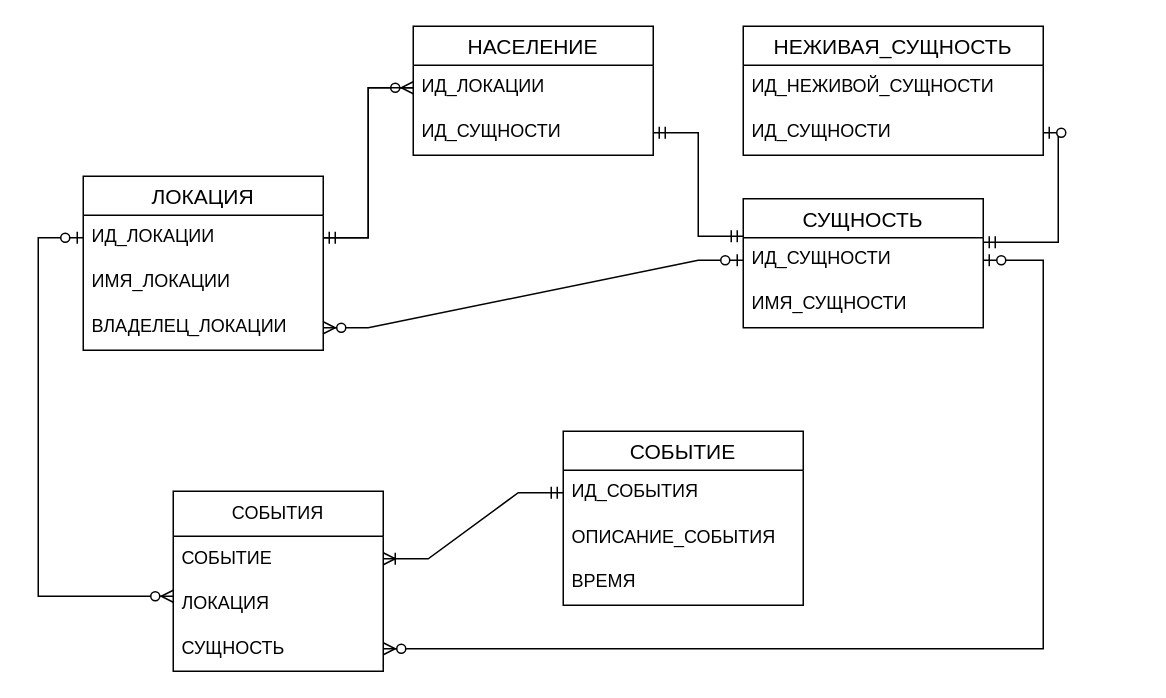
This is bd1.drawio from Zerumi/bd1_180223_367837, a draw.io file, before an edit. Source tidied: cells renumbered, new cells numbered last; positions are measured from the earlier drawing's top-left corner, leaving out a move shared by most shapes. Both pictures are drawn from the tidied source at 150%, with x=0, y=0 at pixel (38, 26).
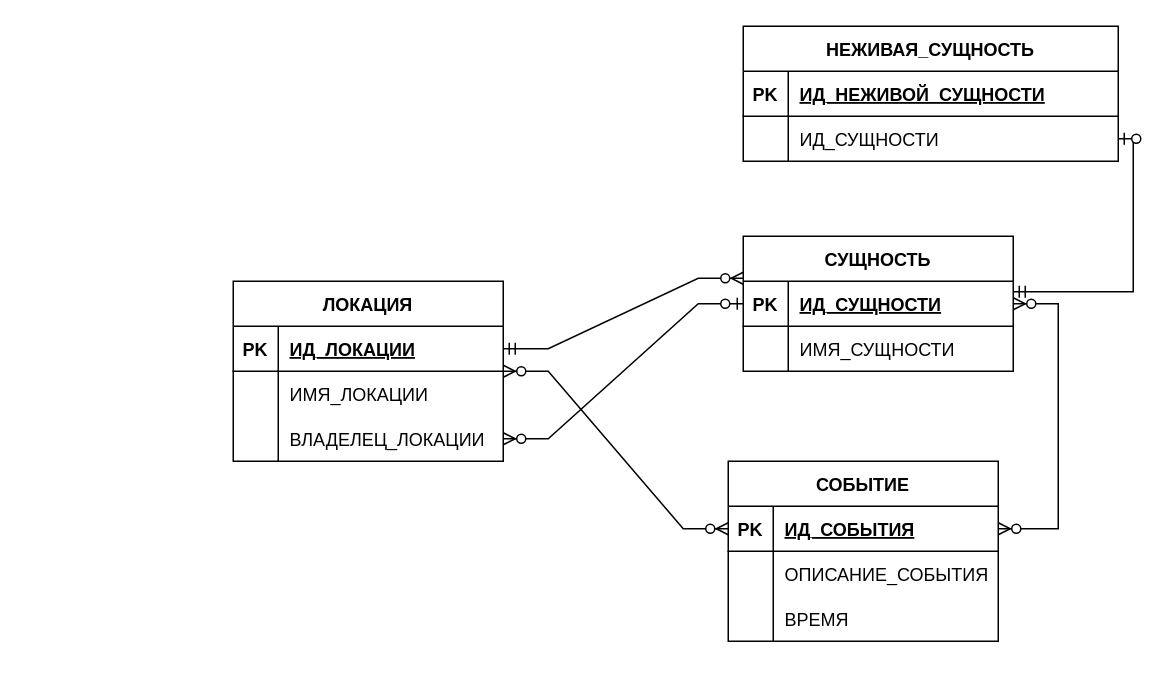
The same diagram, later.

Diff of the diagram source:
```diff
@@
-    <mxCell id="2" value="ЛОКАЦИЯ" style="swimlane;fontStyle=0;horizontal=1;startSize=26;align=center;fontSize=14;" parent="1" vertex="1">
-      <mxGeometry x="30" y="100" width="160" height="116" as="geometry" />
-    </mxCell>
-    <mxCell id="3" value="ИД_ЛОКАЦИИ" style="text;strokeColor=none;fillColor=none;spacingLeft=4;spacingRight=4;overflow=hidden;points=[[0,0.5],[1,0.5]];portConstraint=eastwest;fontSize=12;" parent="2" vertex="1">
-      <mxGeometry y="26" width="160" height="30" as="geometry" />
-    </mxCell>
+    <mxCell id="24" style="edgeStyle=entityRelationEdgeStyle;fontSize=12;html=1;endArrow=ERzeroToMany;startArrow=ERzeroToOne;rounded=0;" parent="1" edge="1" source="42" target="40">
+      <mxGeometry relative="1" as="geometry" />
+    </mxCell>
+    <mxCell id="30" style="edgeStyle=orthogonalEdgeStyle;fontSize=12;html=1;endArrow=ERzeroToOne;startArrow=ERmandOne;rounded=0;exitX=1;exitY=0.233;exitDx=0;exitDy=0;exitPerimeter=0;entryX=1;entryY=0.5;entryDx=0;entryDy=0;" parent="1" edge="1" source="43" target="50">
+      <mxGeometry relative="1" as="geometry" />
+    </mxCell>
+    <mxCell id="31" style="edgeStyle=entityRelationEdgeStyle;fontSize=12;html=1;endArrow=ERzeroToMany;endFill=1;startArrow=ERzeroToMany;rounded=0;" parent="1" edge="1" source="34" target="54">
+      <mxGeometry relative="1" as="geometry" />
+    </mxCell>
+    <mxCell id="32" style="edgeStyle=entityRelationEdgeStyle;fontSize=12;html=1;endArrow=ERzeroToMany;endFill=1;startArrow=ERzeroToMany;rounded=0;" parent="1" edge="1" source="54" target="43">
+      <mxGeometry relative="1" as="geometry" />
+    </mxCell>
+    <mxCell id="33" style="edgeStyle=entityRelationEdgeStyle;fontSize=12;html=1;endArrow=ERzeroToMany;startArrow=ERmandOne;rounded=0;entryX=0;entryY=-0.067;entryDx=0;entryDy=0;entryPerimeter=0;" parent="1" edge="1" source="35" target="43">
+      <mxGeometry relative="1" as="geometry" />
+    </mxCell>
+    <mxCell id="34" value="ЛОКАЦИЯ" style="shape=table;startSize=30;childLayout=tableLayout;rowLines=0;fontStyle=1;align=center;" parent="1" vertex="1">
+      <mxGeometry x="130" y="170" width="180" height="120" as="geometry" />
+    </mxCell>
+    <mxCell id="35" style="shape=tableRow;horizontal=0;startSize=0;swimlaneHead=0;swimlaneBody=0;fillColor=none;points=[[0,0.5],[1,0.5]];portConstraint=eastwest;top=0;left=0;right=0;bottom=1;" parent="34" vertex="1">
+      <mxGeometry y="30" width="180" height="30" as="geometry" />
+    </mxCell>
+    <mxCell id="36" value="PK" style="shape=partialRectangle;fillColor=none;top=0;left=0;bottom=0;right=0;fontStyle=1;overflow=hidden;" parent="35" vertex="1">
+      <mxGeometry width="30" height="30" as="geometry" />
+    </mxCell>
+    <mxCell id="37" value="ИД_ЛОКАЦИИ" style="shape=partialRectangle;fillColor=none;top=0;left=0;bottom=0;right=0;align=left;spacingLeft=6;fontStyle=5;overflow=hidden;" parent="35" vertex="1">
+      <mxGeometry x="30" width="150" height="30" as="geometry" />
+    </mxCell>
+    <mxCell id="38" style="shape=tableRow;horizontal=0;startSize=0;swimlaneHead=0;swimlaneBody=0;fillColor=none;top=0;left=0;right=0;bottom=0;" parent="34" vertex="1">
+      <mxGeometry y="60" width="180" height="30" as="geometry" />
+    </mxCell>
+    <mxCell id="39" style="shape=partialRectangle;fillColor=none;top=0;left=0;bottom=0;right=0;overflow=hidden;" parent="38" vertex="1">
+      <mxGeometry width="30" height="30" as="geometry" />
+    </mxCell>
-    <mxCell id="4" value="ИМЯ_ЛОКАЦИИ" style="text;strokeColor=none;fillColor=none;spacingLeft=4;spacingRight=4;overflow=hidden;fontSize=12;" parent="2" vertex="1">
-      <mxGeometry y="56" width="160" height="30" as="geometry" />
+    <mxCell id="4" value="ИМЯ_ЛОКАЦИИ" style="shape=partialRectangle;fillColor=none;top=0;left=0;bottom=0;right=0;align=left;spacingLeft=6;overflow=hidden;" parent="38" vertex="1">
+      <mxGeometry x="30" width="150" height="30" as="geometry" />
     </mxCell>
+    <mxCell id="40" style="shape=tableRow;horizontal=0;startSize=0;swimlaneHead=0;swimlaneBody=0;fillColor=none;points=[[0,0.5],[1,0.5]];portConstraint=eastwest;top=0;left=0;right=0;bottom=0;" parent="34" vertex="1">
+      <mxGeometry y="90" width="180" height="30" as="geometry" />
+    </mxCell>
+    <mxCell id="41" style="shape=partialRectangle;fillColor=none;top=0;left=0;bottom=0;right=0;overflow=hidden;" parent="40" vertex="1">
+      <mxGeometry width="30" height="30" as="geometry" />
+    </mxCell>
-    <mxCell id="5" value="ВЛАДЕЛЕЦ_ЛОКАЦИИ" style="text;strokeColor=none;fillColor=none;spacingLeft=4;spacingRight=4;overflow=hidden;points=[[0,0.5],[1,0.5]];portConstraint=eastwest;fontSize=12;" parent="2" vertex="1">
-      <mxGeometry y="86" width="160" height="30" as="geometry" />
+    <mxCell id="5" value="ВЛАДЕЛЕЦ_ЛОКАЦИИ" style="shape=partialRectangle;fillColor=none;top=0;left=0;bottom=0;right=0;align=left;spacingLeft=6;overflow=hidden;" parent="40" vertex="1">
+      <mxGeometry x="30" width="150" height="30" as="geometry" />
     </mxCell>
-    <mxCell id="6" value="СУЩНОСТЬ" style="swimlane;fontStyle=0;horizontal=1;startSize=26;align=center;fontSize=14;" parent="1" vertex="1">
-      <mxGeometry x="470" y="115" width="160" height="86" as="geometry" />
-    </mxCell>
-    <mxCell id="7" value="ИД_СУЩНОСТИ" style="text;strokeColor=none;fillColor=none;spacingLeft=4;spacingRight=4;overflow=hidden;points=[[0,0.5],[1,0.5]];portConstraint=eastwest;fontSize=12;" parent="6" vertex="1">
-      <mxGeometry y="26" width="160" height="30" as="geometry" />
-    </mxCell>
+    <mxCell id="42" value="СУЩНОСТЬ" style="shape=table;startSize=30;childLayout=tableLayout;rowLines=0;fontStyle=1;align=center;" parent="1" vertex="1">
+      <mxGeometry x="470" y="140" width="180" height="90" as="geometry" />
+    </mxCell>
+    <mxCell id="43" style="shape=tableRow;horizontal=0;startSize=0;swimlaneHead=0;swimlaneBody=0;fillColor=none;points=[[0,0.5],[1,0.5]];portConstraint=eastwest;top=0;left=0;right=0;bottom=1;" parent="42" vertex="1">
+      <mxGeometry y="30" width="180" height="30" as="geometry" />
+    </mxCell>
+    <mxCell id="44" value="PK" style="shape=partialRectangle;fillColor=none;top=0;left=0;bottom=0;right=0;fontStyle=1;overflow=hidden;" parent="43" vertex="1">
+      <mxGeometry width="30" height="30" as="geometry" />
+    </mxCell>
+    <mxCell id="45" value="ИД_СУЩНОСТИ" style="shape=partialRectangle;fillColor=none;top=0;left=0;bottom=0;right=0;align=left;spacingLeft=6;fontStyle=5;overflow=hidden;" parent="43" vertex="1">
+      <mxGeometry x="30" width="150" height="30" as="geometry" />
+    </mxCell>
+    <mxCell id="46" style="shape=tableRow;horizontal=0;startSize=0;swimlaneHead=0;swimlaneBody=0;fillColor=none;top=0;left=0;right=0;bottom=0;" parent="42" vertex="1">
+      <mxGeometry y="60" width="180" height="30" as="geometry" />
+    </mxCell>
+    <mxCell id="47" style="shape=partialRectangle;fillColor=none;top=0;left=0;bottom=0;right=0;overflow=hidden;" parent="46" vertex="1">
+      <mxGeometry width="30" height="30" as="geometry" />
+    </mxCell>
-    <mxCell id="8" value="ИМЯ_СУЩНОСТИ" style="text;strokeColor=none;fillColor=none;spacingLeft=4;spacingRight=4;overflow=hidden;fontSize=12;" parent="6" vertex="1">
-      <mxGeometry y="56" width="160" height="30" as="geometry" />
+    <mxCell id="8" value="ИМЯ_СУЩНОСТИ" style="shape=partialRectangle;fillColor=none;top=0;left=0;bottom=0;right=0;align=left;spacingLeft=6;overflow=hidden;" parent="46" vertex="1">
+      <mxGeometry x="30" width="150" height="30" as="geometry" />
     </mxCell>
-    <mxCell id="9" value="НАСЕЛЕНИЕ" style="swimlane;fontStyle=0;horizontal=1;startSize=26;align=center;fontSize=14;" parent="1" vertex="1">
-      <mxGeometry x="250" width="160" height="86" as="geometry" />
-    </mxCell>
-    <mxCell id="10" value="ИД_ЛОКАЦИИ" style="text;strokeColor=none;fillColor=none;spacingLeft=4;spacingRight=4;overflow=hidden;points=[[0,0.5],[1,0.5]];portConstraint=eastwest;fontSize=12;" parent="9" vertex="1">
-      <mxGeometry y="26" width="160" height="30" as="geometry" />
-    </mxCell>
-    <mxCell id="11" value="ИД_СУЩНОСТИ" style="text;strokeColor=none;fillColor=none;spacingLeft=4;spacingRight=4;overflow=hidden;points=[[0,0.5],[1,0.5]];portConstraint=eastwest;fontSize=12;" parent="9" vertex="1">
-      <mxGeometry y="56" width="160" height="30" as="geometry" />
-    </mxCell>
-    <mxCell id="12" value="СОБЫТИЕ" style="swimlane;fontStyle=0;horizontal=1;startSize=26;align=center;fontSize=14;" parent="1" vertex="1">
-      <mxGeometry x="350" y="270" width="160" height="116" as="geometry" />
-    </mxCell>
+    <mxCell id="27" value="НЕЖИВАЯ_СУЩНОСТЬ" style="shape=table;startSize=30;childLayout=tableLayout;rowLines=0;fontStyle=1;align=center;" parent="1" vertex="1">
+      <mxGeometry x="470" width="250" height="90" as="geometry" />
+    </mxCell>
+    <mxCell id="48" style="shape=tableRow;horizontal=0;startSize=0;swimlaneHead=0;swimlaneBody=0;fillColor=none;top=0;left=0;right=0;bottom=1;" parent="27" vertex="1">
+      <mxGeometry y="30" width="250" height="30" as="geometry" />
+    </mxCell>
+    <mxCell id="49" value="PK" style="shape=partialRectangle;fillColor=none;top=0;left=0;bottom=0;right=0;fontStyle=1;overflow=hidden;" parent="48" vertex="1">
+      <mxGeometry width="30" height="30" as="geometry" />
+    </mxCell>
+    <mxCell id="28" value="ИД_НЕЖИВОЙ_СУЩНОСТИ" style="shape=partialRectangle;fillColor=none;top=0;left=0;bottom=0;right=0;align=left;spacingLeft=6;fontStyle=5;overflow=hidden;" parent="48" vertex="1">
+      <mxGeometry x="30" width="220" height="30" as="geometry" />
+    </mxCell>
+    <mxCell id="50" style="shape=tableRow;horizontal=0;startSize=0;swimlaneHead=0;swimlaneBody=0;fillColor=none;points=[[0,0.5],[1,0.5]];portConstraint=eastwest;top=0;left=0;right=0;bottom=0;" parent="27" vertex="1">
+      <mxGeometry y="60" width="250" height="30" as="geometry" />
+    </mxCell>
+    <mxCell id="51" style="shape=partialRectangle;fillColor=none;top=0;left=0;bottom=0;right=0;overflow=hidden;" parent="50" vertex="1">
+      <mxGeometry width="30" height="30" as="geometry" />
+    </mxCell>
+    <mxCell id="52" value="ИД_СУЩНОСТИ" style="shape=partialRectangle;fillColor=none;top=0;left=0;bottom=0;right=0;align=left;spacingLeft=6;overflow=hidden;" parent="50" vertex="1">
+      <mxGeometry x="30" width="220" height="30" as="geometry" />
+    </mxCell>
+    <mxCell id="53" value="СОБЫТИЕ" style="shape=table;startSize=30;childLayout=tableLayout;rowLines=0;fontStyle=1;align=center;" parent="1" vertex="1">
+      <mxGeometry x="460" y="290" width="180" height="120" as="geometry" />
+    </mxCell>
+    <mxCell id="54" style="shape=tableRow;horizontal=0;startSize=0;swimlaneHead=0;swimlaneBody=0;fillColor=none;points=[[0,0.5],[1,0.5]];portConstraint=eastwest;top=0;left=0;right=0;bottom=1;" parent="53" vertex="1">
+      <mxGeometry y="30" width="180" height="30" as="geometry" />
+    </mxCell>
+    <mxCell id="55" value="PK" style="shape=partialRectangle;fillColor=none;top=0;left=0;bottom=0;right=0;fontStyle=1;overflow=hidden;" parent="54" vertex="1">
+      <mxGeometry width="30" height="30" as="geometry" />
+    </mxCell>
-    <mxCell id="13" value="ИД_СОБЫТИЯ" style="text;strokeColor=none;fillColor=none;spacingLeft=4;spacingRight=4;overflow=hidden;points=[[0,0.5],[1,0.5]];portConstraint=eastwest;fontSize=12;" parent="12" vertex="1">
-      <mxGeometry y="26" width="160" height="30" as="geometry" />
+    <mxCell id="13" value="ИД_СОБЫТИЯ" style="shape=partialRectangle;fillColor=none;top=0;left=0;bottom=0;right=0;align=left;spacingLeft=6;fontStyle=5;overflow=hidden;" parent="54" vertex="1">
+      <mxGeometry x="30" width="150" height="30" as="geometry" />
     </mxCell>
+    <mxCell id="56" style="shape=tableRow;horizontal=0;startSize=0;swimlaneHead=0;swimlaneBody=0;fillColor=none;top=0;left=0;right=0;bottom=0;" parent="53" vertex="1">
+      <mxGeometry y="60" width="180" height="30" as="geometry" />
+    </mxCell>
+    <mxCell id="57" style="shape=partialRectangle;fillColor=none;top=0;left=0;bottom=0;right=0;overflow=hidden;" parent="56" vertex="1">
+      <mxGeometry width="30" height="30" as="geometry" />
+    </mxCell>
-    <mxCell id="14" value="ОПИСАНИЕ_СОБЫТИЯ" style="rounded=0;whiteSpace=wrap;html=1;gradientColor=none;fillColor=none;strokeColor=none;align=left;spacingRight=0;spacingLeft=4;" parent="12" vertex="1">
-      <mxGeometry y="56" width="160" height="30" as="geometry" />
+    <mxCell id="14" value="ОПИСАНИЕ_СОБЫТИЯ" style="shape=partialRectangle;fillColor=none;top=0;left=0;bottom=0;right=0;align=left;spacingLeft=6;overflow=hidden;" parent="56" vertex="1">
+      <mxGeometry x="30" width="150" height="30" as="geometry" />
     </mxCell>
+    <mxCell id="58" style="shape=tableRow;horizontal=0;startSize=0;swimlaneHead=0;swimlaneBody=0;fillColor=none;top=0;left=0;right=0;bottom=0;" parent="53" vertex="1">
+      <mxGeometry y="90" width="180" height="30" as="geometry" />
+    </mxCell>
+    <mxCell id="59" style="shape=partialRectangle;fillColor=none;top=0;left=0;bottom=0;right=0;overflow=hidden;" parent="58" vertex="1">
+      <mxGeometry width="30" height="30" as="geometry" />
+    </mxCell>
-    <mxCell id="15" value="ВРЕМЯ" style="text;strokeColor=none;fillColor=none;spacingLeft=4;spacingRight=4;overflow=hidden;fontSize=12;" parent="12" vertex="1">
-      <mxGeometry y="86" width="160" height="30" as="geometry" />
+    <mxCell id="15" value="ВРЕМЯ" style="shape=partialRectangle;fillColor=none;top=0;left=0;bottom=0;right=0;align=left;spacingLeft=6;overflow=hidden;" parent="58" vertex="1">
+      <mxGeometry x="30" width="150" height="30" as="geometry" />
     </mxCell>
-    <mxCell id="16" value="СОБЫТИЯ" style="swimlane;fontStyle=0;horizontal=1;startSize=30;whiteSpace=wrap;html=1;fillColor=none;gradientColor=none;" parent="1" vertex="1">
-      <mxGeometry x="90" y="310" width="140" height="120" as="geometry" />
-    </mxCell>
-    <mxCell id="17" value="СОБЫТИЕ" style="text;strokeColor=none;fillColor=none;align=left;verticalAlign=middle;spacingLeft=4;spacingRight=4;overflow=hidden;points=[[0,0.5],[1,0.5]];portConstraint=eastwest;whiteSpace=wrap;html=1;" parent="16" vertex="1">
-      <mxGeometry y="30" width="140" height="30" as="geometry" />
-    </mxCell>
-    <mxCell id="18" value="ЛОКАЦИЯ" style="text;strokeColor=none;fillColor=none;align=left;verticalAlign=middle;spacingLeft=4;spacingRight=4;overflow=hidden;points=[[0,0.5],[1,0.5]];portConstraint=eastwest;whiteSpace=wrap;html=1;" parent="16" vertex="1">
-      <mxGeometry y="60" width="140" height="30" as="geometry" />
-    </mxCell>
-    <mxCell id="19" value="СУЩНОСТЬ" style="text;strokeColor=none;fillColor=none;align=left;verticalAlign=middle;spacingLeft=4;spacingRight=4;overflow=hidden;points=[[0,0.5],[1,0.5]];portConstraint=eastwest;whiteSpace=wrap;html=1;" parent="16" vertex="1">
-      <mxGeometry y="90" width="140" height="30" as="geometry" />
-    </mxCell>
-    <mxCell id="20" style="edgeStyle=entityRelationEdgeStyle;fontSize=12;html=1;endArrow=ERzeroToMany;endFill=1;rounded=0;" parent="1" edge="1" source="3" target="10">
-      <mxGeometry relative="1" as="geometry" />
-    </mxCell>
-    <mxCell id="21" style="edgeStyle=entityRelationEdgeStyle;fontSize=12;html=1;endArrow=ERmandOne;rounded=0;" parent="1" edge="1" source="10" target="3">
-      <mxGeometry relative="1" as="geometry" />
-    </mxCell>
-    <mxCell id="22" style="edgeStyle=entityRelationEdgeStyle;fontSize=12;html=1;endArrow=ERmandOne;startArrow=ERmandOne;rounded=0;" parent="1" edge="1" source="11">
-      <mxGeometry relative="1" as="geometry">
-        <mxPoint x="470" y="140" as="targetPoint" />
-      </mxGeometry>
-    </mxCell>
-    <mxCell id="23" style="edgeStyle=entityRelationEdgeStyle;fontSize=12;html=1;endArrow=ERoneToMany;startArrow=ERmandOne;rounded=0;" parent="1" edge="1" source="13" target="17">
-      <mxGeometry relative="1" as="geometry" />
-    </mxCell>
-    <mxCell id="24" style="edgeStyle=entityRelationEdgeStyle;fontSize=12;html=1;endArrow=ERzeroToMany;startArrow=ERzeroToOne;rounded=0;" parent="1" edge="1" source="7" target="5">
-      <mxGeometry relative="1" as="geometry" />
-    </mxCell>
-    <mxCell id="25" style="edgeStyle=orthogonalEdgeStyle;fontSize=12;html=1;endArrow=ERzeroToMany;startArrow=ERzeroToOne;rounded=0;exitX=1;exitY=0.5;exitDx=0;exitDy=0;" parent="1" edge="1" source="7" target="19">
-      <mxGeometry relative="1" as="geometry">
-        <Array as="points">
-          <mxPoint x="670" y="156" />
-          <mxPoint x="670" y="415" />
-        </Array>
-      </mxGeometry>
-    </mxCell>
-    <mxCell id="26" style="edgeStyle=orthogonalEdgeStyle;fontSize=12;html=1;endArrow=ERzeroToMany;startArrow=ERzeroToOne;rounded=0;exitX=0;exitY=0.5;exitDx=0;exitDy=0;" parent="1" edge="1" source="3" target="18">
-      <mxGeometry relative="1" as="geometry">
-        <Array as="points">
-          <mxPoint y="141" />
-          <mxPoint y="380" />
-        </Array>
-      </mxGeometry>
-    </mxCell>
-    <mxCell id="27" value="НЕЖИВАЯ_СУЩНОСТЬ" style="swimlane;fontStyle=0;horizontal=1;startSize=26;align=center;fontSize=14;fillColor=none;gradientColor=none;" parent="1" vertex="1">
-      <mxGeometry x="470" width="200" height="86" as="geometry" />
-    </mxCell>
-    <mxCell id="28" value="ИД_НЕЖИВОЙ_СУЩНОСТИ" style="text;strokeColor=none;fillColor=none;spacingLeft=4;spacingRight=4;overflow=hidden;fontSize=12;" parent="27" vertex="1">
-      <mxGeometry y="26" width="200" height="30" as="geometry" />
-    </mxCell>
-    <mxCell id="29" value="ИД_СУЩНОСТИ" style="text;strokeColor=none;fillColor=none;spacingLeft=4;spacingRight=4;overflow=hidden;points=[[0,0.5],[1,0.5]];portConstraint=eastwest;fontSize=12;" parent="27" vertex="1">
-      <mxGeometry y="56" width="200" height="30" as="geometry" />
-    </mxCell>
-    <mxCell id="30" style="edgeStyle=orthogonalEdgeStyle;fontSize=12;html=1;endArrow=ERzeroToOne;startArrow=ERmandOne;rounded=0;entryX=1;entryY=0.5;entryDx=0;entryDy=0;exitX=1;exitY=0.1;exitDx=0;exitDy=0;exitPerimeter=0;" parent="1" edge="1" source="7" target="29">
-      <mxGeometry relative="1" as="geometry" />
-    </mxCell>
```
